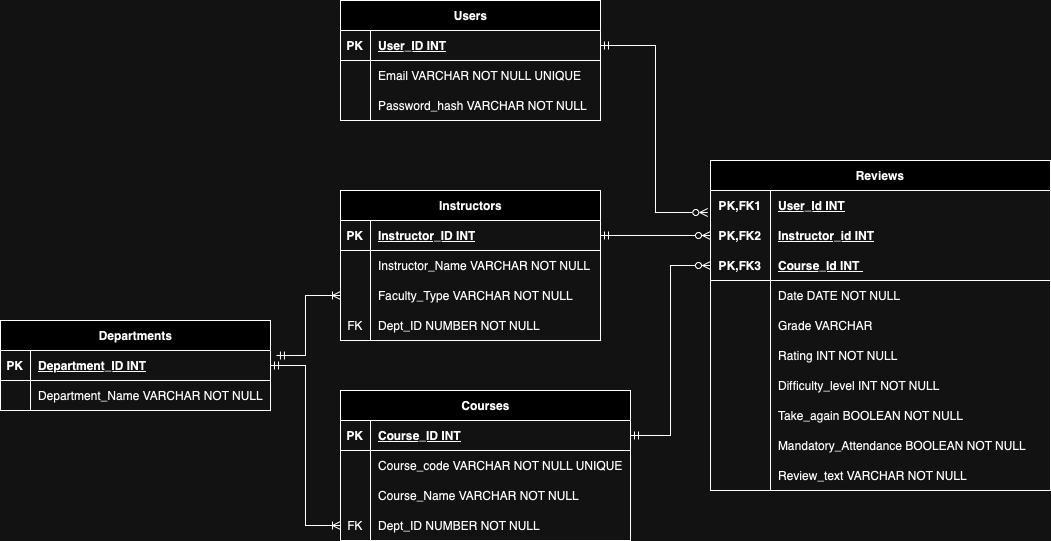
AghaSalikAli/RateYourInstructorApp keeps this draw.io diagram as RateYourInstructor.drawio.png. Above is the earlier version. Source tidied: cells renumbered, new cells last; positions are measured from the earlier drawing's top-left corner, leaving out a move shared by most shapes.
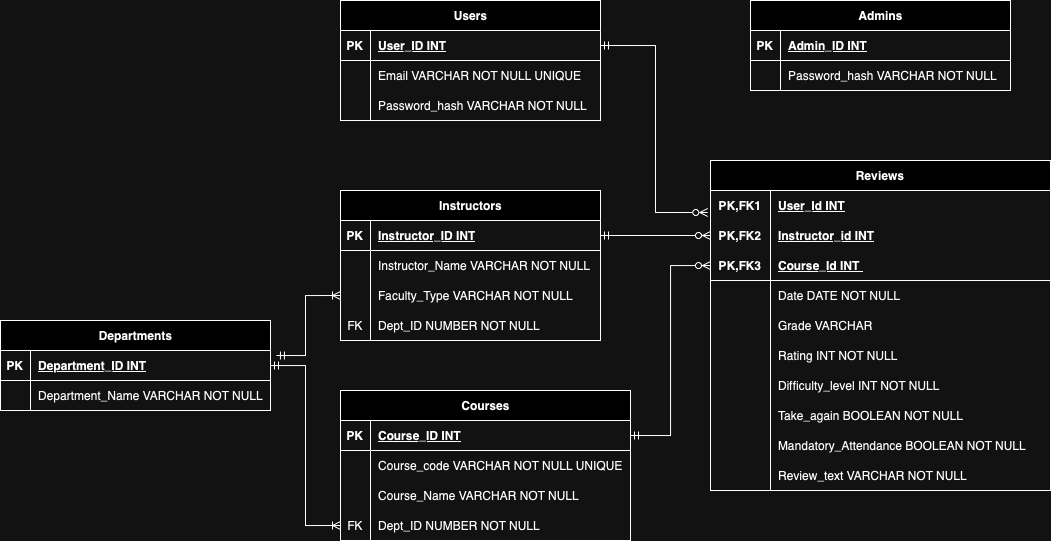
After the change.

Commit message:
added admins tables

Change to the diagram source:
```diff
@@ -239,5 +239,26 @@
     <mxCell id="80" style="edgeStyle=orthogonalEdgeStyle;rounded=0;jettySize=auto;html=1;entryX=1;entryY=0.5;entryDx=0;entryDy=0;endArrow=ERmandOne;endFill=0;startArrow=ERzeroToMany;startFill=0;" parent="1" edge="1" source="54" target="23">
       <mxGeometry relative="1" as="geometry" />
     </mxCell>
+    <mxCell id="81" value="Admins" style="shape=table;startSize=30;rowLines=0;fontStyle=1;align=center;html=1;" parent="1" vertex="1">
+      <mxGeometry x="750" width="260" height="90" as="geometry" />
+    </mxCell>
+    <mxCell id="82" style="shape=tableRow;horizontal=0;startSize=0;swimlaneHead=0;swimlaneBody=0;fillColor=none;top=0;left=0;right=0;bottom=1;" parent="81" vertex="1">
+      <mxGeometry y="30" width="260" height="30" as="geometry" />
+    </mxCell>
+    <mxCell id="83" value="PK" style="shape=partialRectangle;fillColor=none;top=0;left=0;bottom=0;right=0;fontStyle=1;overflow=hidden;whiteSpace=wrap;html=1;" parent="82" vertex="1">
+      <mxGeometry width="30" height="30" as="geometry" />
+    </mxCell>
+    <mxCell id="84" value="Admin_ID INT" style="shape=partialRectangle;fillColor=none;top=0;left=0;bottom=0;right=0;align=left;spacingLeft=6;fontStyle=5;overflow=hidden;whiteSpace=wrap;html=1;" parent="82" vertex="1">
+      <mxGeometry x="30" width="230" height="30" as="geometry" />
+    </mxCell>
+    <mxCell id="85" style="shape=tableRow;horizontal=0;startSize=0;swimlaneHead=0;swimlaneBody=0;fillColor=none;top=0;left=0;right=0;bottom=0;" parent="81" vertex="1">
+      <mxGeometry y="60" width="260" height="30" as="geometry" />
+    </mxCell>
+    <mxCell id="86" style="shape=partialRectangle;fillColor=none;top=0;left=0;bottom=0;right=0;overflow=hidden;whiteSpace=wrap;html=1;" parent="85" vertex="1">
+      <mxGeometry width="30" height="30" as="geometry" />
+    </mxCell>
+    <mxCell id="87" value="Password_hash VARCHAR NOT NULL" style="shape=partialRectangle;fillColor=none;top=0;left=0;bottom=0;right=0;align=left;spacingLeft=6;overflow=hidden;whiteSpace=wrap;html=1;" parent="85" vertex="1">
+      <mxGeometry x="30" width="230" height="30" as="geometry" />
+    </mxCell>
   </root>
 </mxGraphModel>
```
